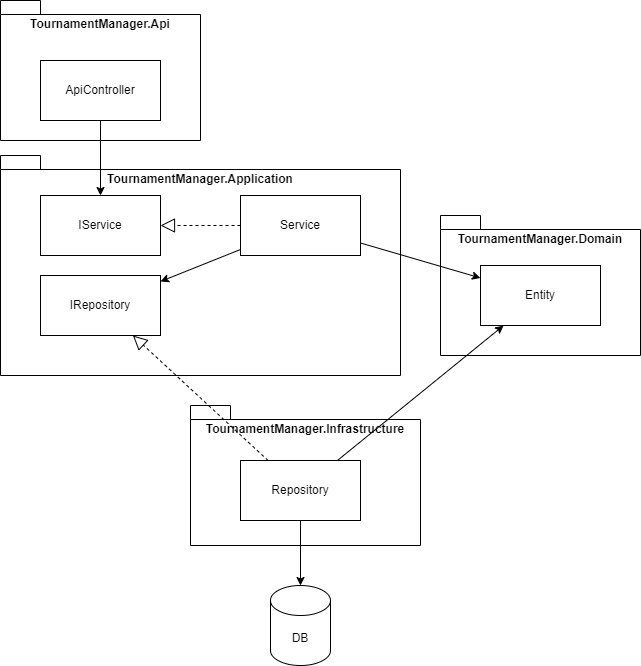
Earlier version of the draw.io export Designs/Implementation_v1.png (Jowindebondt/tournament-manager). Source tidied: cells renumbered, new cells last; positions are measured from the earlier drawing's top-left corner, leaving out a move shared by most shapes. Source of this version:
```xml
<mxGraphModel>
  <root>
    <mxCell id="0" />
    <mxCell id="1" parent="0" />
    <mxCell id="2" value="TournamentManager.Domain" style="shape=folder;fontStyle=1;spacingTop=10;tabWidth=40;tabHeight=14;tabPosition=left;html=1;whiteSpace=wrap;verticalAlign=top;" parent="1" vertex="1">
      <mxGeometry x="440" y="215" width="200" height="140" as="geometry" />
    </mxCell>
    <mxCell id="3" value="TournamentManager.Infrastructure" style="shape=folder;fontStyle=1;spacingTop=10;tabWidth=40;tabHeight=14;tabPosition=left;html=1;whiteSpace=wrap;verticalAlign=top;" parent="1" vertex="1">
      <mxGeometry x="190" y="405" width="230" height="140" as="geometry" />
    </mxCell>
    <mxCell id="4" value="TournamentManager.Application" style="shape=folder;fontStyle=1;spacingTop=10;tabWidth=40;tabHeight=14;tabPosition=left;html=1;whiteSpace=wrap;verticalAlign=top;" parent="1" vertex="1">
      <mxGeometry y="155" width="400" height="220" as="geometry" />
    </mxCell>
    <mxCell id="5" value="TournamentManager.Api" style="shape=folder;fontStyle=1;spacingTop=10;tabWidth=40;tabHeight=14;tabPosition=left;html=1;whiteSpace=wrap;verticalAlign=top;" parent="1" vertex="1">
      <mxGeometry width="200" height="140" as="geometry" />
    </mxCell>
    <mxCell id="6" value="ApiController" style="rounded=0;whiteSpace=wrap;html=1;" parent="1" vertex="1">
      <mxGeometry x="40" y="60" width="120" height="60" as="geometry" />
    </mxCell>
    <mxCell id="7" value="Service" style="rounded=0;whiteSpace=wrap;html=1;" parent="1" vertex="1">
      <mxGeometry x="240" y="195" width="120" height="60" as="geometry" />
    </mxCell>
    <mxCell id="8" value="IService" style="rounded=0;whiteSpace=wrap;html=1;" parent="1" vertex="1">
      <mxGeometry x="40" y="195" width="120" height="60" as="geometry" />
    </mxCell>
    <mxCell id="9" value="IRepository" style="rounded=0;whiteSpace=wrap;html=1;" parent="1" vertex="1">
      <mxGeometry x="40" y="275" width="120" height="60" as="geometry" />
    </mxCell>
    <mxCell id="10" value="Repository" style="rounded=0;whiteSpace=wrap;html=1;" parent="1" vertex="1">
      <mxGeometry x="240" y="460" width="120" height="60" as="geometry" />
    </mxCell>
    <mxCell id="11" value="Entity" style="rounded=0;whiteSpace=wrap;html=1;" parent="1" vertex="1">
      <mxGeometry x="480" y="265" width="120" height="60" as="geometry" />
    </mxCell>
    <mxCell id="12" style="endArrow=classic;html=1;rounded=0;" parent="1" edge="1" source="6" target="8">
      <mxGeometry relative="1" as="geometry" />
    </mxCell>
    <mxCell id="13" style="endArrow=block;dashed=1;endFill=0;endSize=12;html=1;rounded=0;" parent="1" edge="1" source="7" target="8">
      <mxGeometry relative="1" as="geometry" />
    </mxCell>
    <mxCell id="14" style="endArrow=classic;html=1;rounded=0;" parent="1" edge="1" source="7" target="9">
      <mxGeometry relative="1" as="geometry" />
    </mxCell>
    <mxCell id="15" style="endArrow=block;dashed=1;endFill=0;endSize=12;html=1;rounded=0;" parent="1" edge="1" source="10" target="9">
      <mxGeometry relative="1" as="geometry" />
    </mxCell>
    <mxCell id="16" style="endArrow=classic;html=1;rounded=0;" parent="1" edge="1" source="10" target="11">
      <mxGeometry relative="1" as="geometry" />
    </mxCell>
    <mxCell id="17" style="endArrow=classic;html=1;rounded=0;" parent="1" edge="1" source="7" target="11">
      <mxGeometry relative="1" as="geometry" />
    </mxCell>
    <mxCell id="18" value="DB" style="shape=cylinder3;whiteSpace=wrap;html=1;boundedLbl=1;backgroundOutline=1;size=15;" parent="1" vertex="1">
      <mxGeometry x="270" y="585" width="60" height="80" as="geometry" />
    </mxCell>
    <mxCell id="19" style="endArrow=classic;html=1;rounded=0;" parent="1" edge="1" source="10" target="18">
      <mxGeometry relative="1" as="geometry" />
    </mxCell>
  </root>
</mxGraphModel>
```
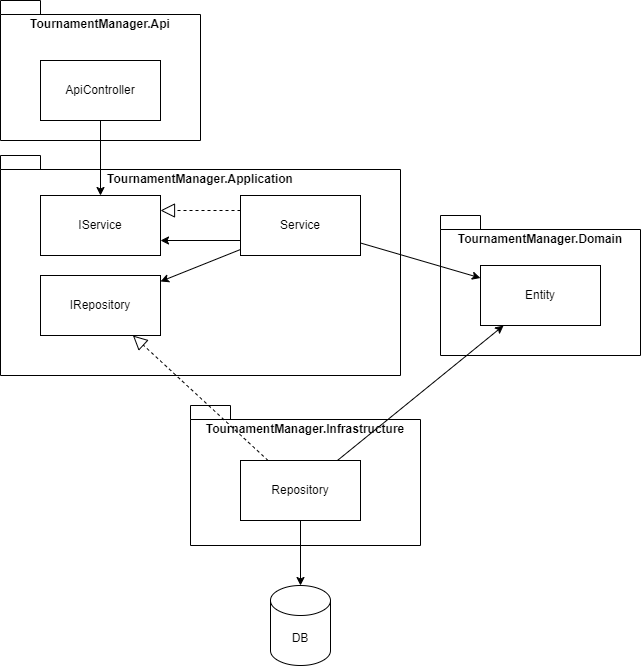
Above is the later version.

Commit message:
correct implementation design

Diff of the diagram source:
```diff
@@ -35,7 +35,7 @@
     <mxCell id="12" style="endArrow=classic;html=1;rounded=0;" parent="1" edge="1" source="6" target="8">
       <mxGeometry relative="1" as="geometry" />
     </mxCell>
-    <mxCell id="13" style="endArrow=block;dashed=1;endFill=0;endSize=12;html=1;rounded=0;" parent="1" edge="1" source="7" target="8">
+    <mxCell id="13" style="endArrow=block;dashed=1;endFill=0;endSize=12;html=1;rounded=0;exitX=0;exitY=0.25;exitDx=0;exitDy=0;entryX=1;entryY=0.25;entryDx=0;entryDy=0;" parent="1" edge="1" source="7" target="8">
       <mxGeometry relative="1" as="geometry" />
     </mxCell>
     <mxCell id="14" style="endArrow=classic;html=1;rounded=0;" parent="1" edge="1" source="7" target="9">
@@ -56,5 +56,8 @@
     <mxCell id="19" style="endArrow=classic;html=1;rounded=0;" parent="1" edge="1" source="10" target="18">
       <mxGeometry relative="1" as="geometry" />
     </mxCell>
+    <mxCell id="20" style="endArrow=classic;html=1;rounded=0;exitX=0;exitY=0.75;exitDx=0;exitDy=0;entryX=1;entryY=0.75;entryDx=0;entryDy=0;" parent="1" edge="1" source="7" target="8">
+      <mxGeometry relative="1" as="geometry" />
+    </mxCell>
   </root>
 </mxGraphModel>
```
